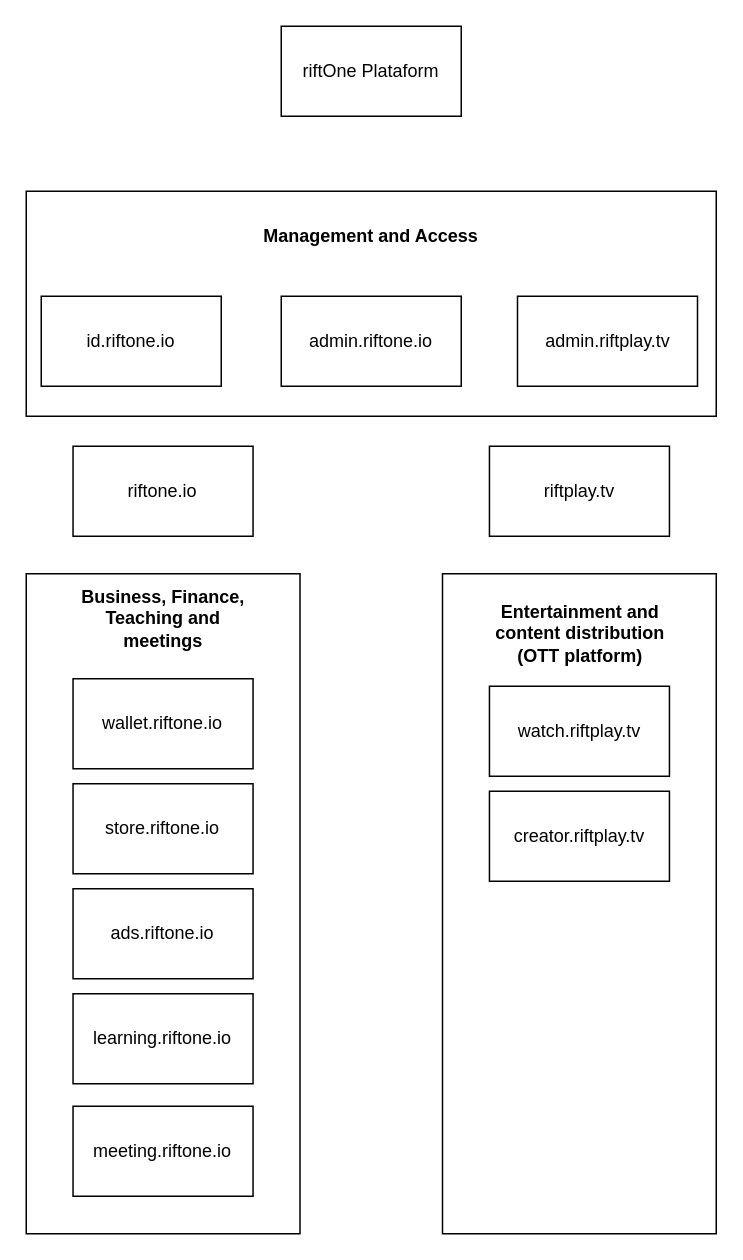
Earlier version of the draw.io diagram Untitled Diagram.drawio (EricksonVaz/riftone-system). Source tidied: cells renumbered, new cells numbered last; positions are measured from the earlier drawing's top-left corner, leaving out a move shared by most shapes. Both pictures are drawn from the tidied source at 150%, with x=0, y=0 at pixel (26, 26).
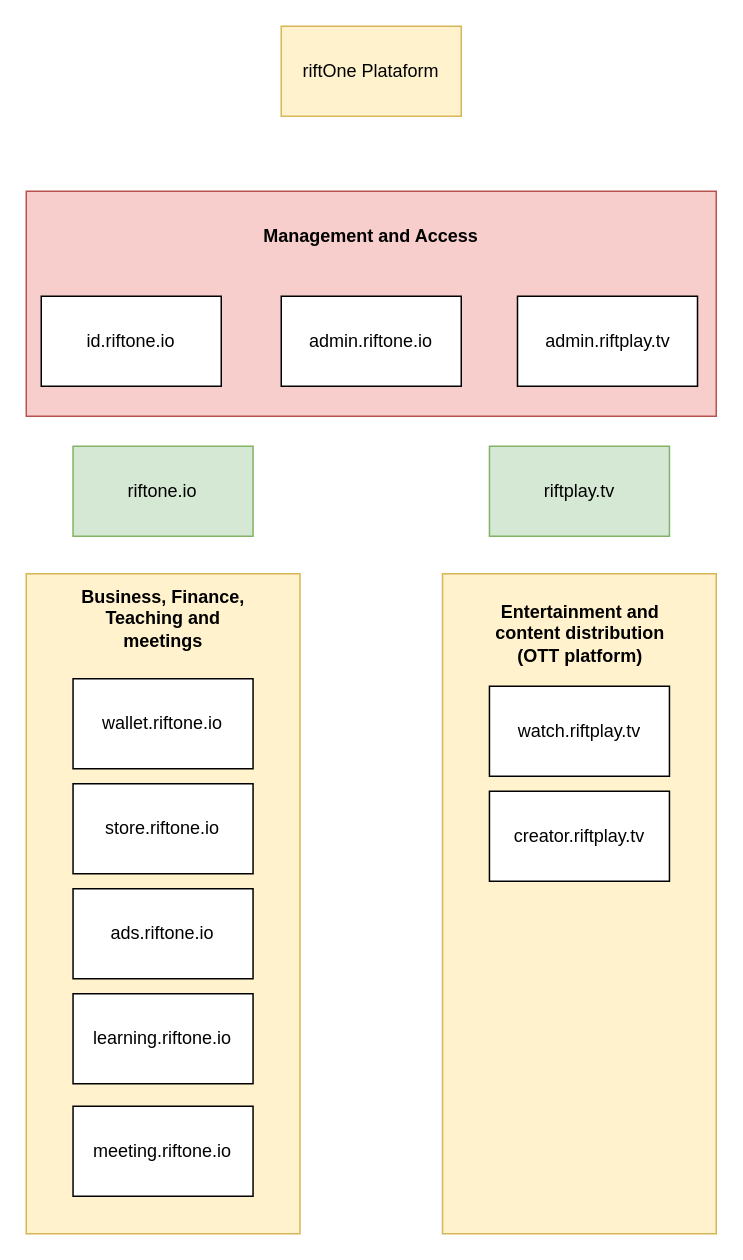
The same diagram, later.

Commit message:
add color in views

Change to the diagram source:
```diff
@@
-    <mxCell id="2" style="rounded=0;whiteSpace=wrap;html=1;fontColor=#000000;" parent="1" vertex="1">
+    <mxCell id="2" style="rounded=0;whiteSpace=wrap;html=1;fillColor=#f8cecc;strokeColor=#b85450;" parent="1" vertex="1">
       <mxGeometry y="110" width="460" height="150" as="geometry" />
     </mxCell>
-    <mxCell id="3" style="rounded=0;whiteSpace=wrap;html=1;" parent="1" vertex="1">
+    <mxCell id="3" style="rounded=0;whiteSpace=wrap;html=1;fillColor=#fff2cc;strokeColor=#d6b656;" parent="1" vertex="1">
       <mxGeometry x="277.5" y="365" width="182.5" height="440" as="geometry" />
     </mxCell>
-    <mxCell id="4" style="rounded=0;whiteSpace=wrap;html=1;" parent="1" vertex="1">
+    <mxCell id="4" style="rounded=0;whiteSpace=wrap;html=1;fillColor=#fff2cc;strokeColor=#d6b656;" parent="1" vertex="1">
       <mxGeometry y="365" width="182.5" height="440" as="geometry" />
     </mxCell>
-    <mxCell id="5" value="riftOne Plataform" style="rounded=0;whiteSpace=wrap;html=1;" parent="1" vertex="1">
+    <mxCell id="5" value="riftOne Plataform" style="rounded=0;whiteSpace=wrap;html=1;fillColor=#fff2cc;strokeColor=#d6b656;" parent="1" vertex="1">
       <mxGeometry x="170" width="120" height="60" as="geometry" />
     </mxCell>
-    <mxCell id="6" value="riftone.io" style="rounded=0;whiteSpace=wrap;html=1;" parent="1" vertex="1">
+    <mxCell id="6" value="riftone.io" style="rounded=0;whiteSpace=wrap;html=1;fillColor=#d5e8d4;strokeColor=#82b366;" parent="1" vertex="1">
       <mxGeometry x="31.2" y="280" width="120" height="60" as="geometry" />
     </mxCell>
-    <mxCell id="7" value="riftplay.tv" style="rounded=0;whiteSpace=wrap;html=1;" parent="1" vertex="1">
+    <mxCell id="7" value="riftplay.tv" style="rounded=0;whiteSpace=wrap;html=1;fillColor=#d5e8d4;strokeColor=#82b366;" parent="1" vertex="1">
       <mxGeometry x="308.8" y="280" width="120" height="60" as="geometry" />
     </mxCell>
```
